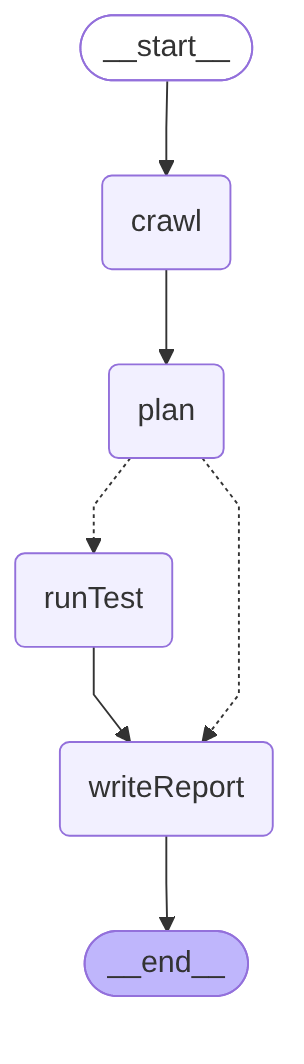
Earlier version of the Mermaid export docs/diagrams/05-langgraph.png (Roh4n-1729/AI-E2E-Testing-Agent). Its source is kept beside it as docs/diagrams/05-langgraph.mmd.
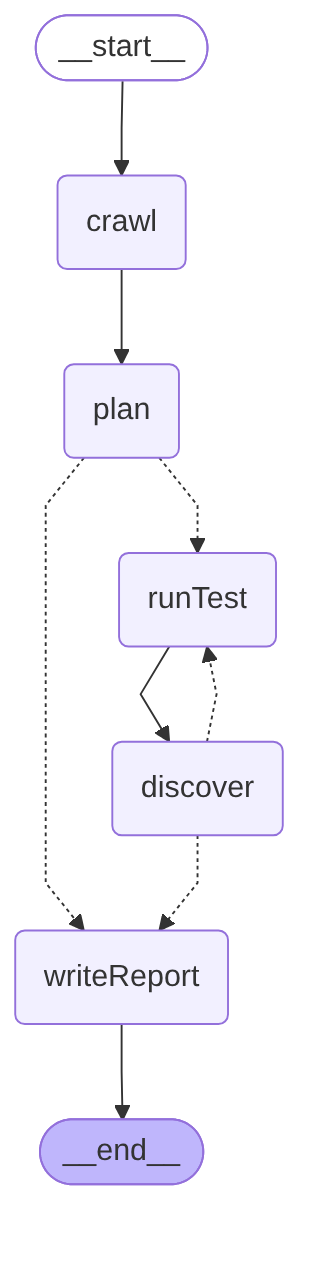
The same file after the commit.

The edit, as a diff of the source:
```diff
@@ -4,14 +4,17 @@
 	crawl(crawl)
 	plan(plan)
 	runTest(runTest)
+	discover(discover)
 	writeReport(writeReport)
 	__end__([<p>__end__</p>]):::last
 	__start__ --> crawl;
 	crawl --> plan;
-	runTest --> writeReport;
+	runTest --> discover;
 	writeReport --> __end__;
 	plan -.-> runTest;
 	plan -.-> writeReport;
+	discover -.-> runTest;
+	discover -.-> writeReport;
 	classDef default fill:#f2f0ff,line-height:1.2;
 	classDef first fill-opacity:0;
 	classDef last fill:#bfb6fc;
```
